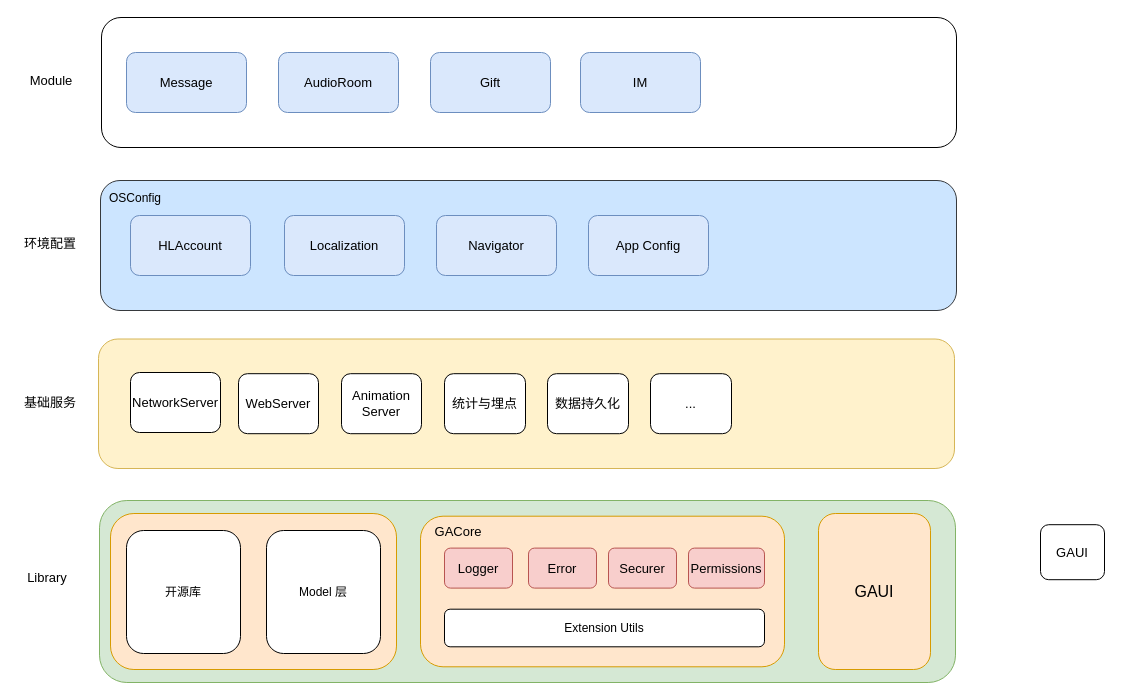
Before: diagrams/Hala3.0.drawio in ygg29/UML, a draw.io diagram. Source tidied: cells renumbered, new cells numbered last; positions are measured from the earlier drawing's top-left corner, leaving out a move shared by most shapes. Both pictures are drawn from the tidied source at 100%, with x=0, y=0 at pixel (17, 17).
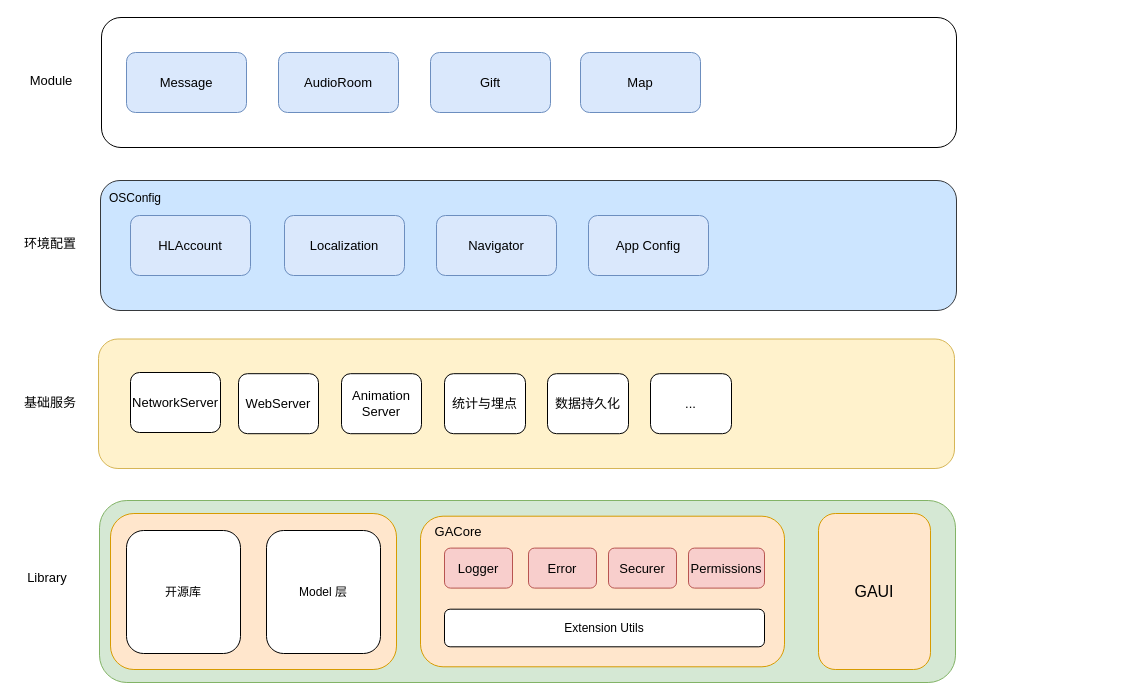
After the change.

The edit, as a diff of the source:
```diff
@@
-    <mxCell id="22" value="IM" style="rounded=1;whiteSpace=wrap;html=1;fontSize=13;strokeColor=#6c8ebf;fillColor=#dae8fc;" parent="1" vertex="1">
+    <mxCell id="22" value="Map" style="rounded=1;whiteSpace=wrap;html=1;fontSize=13;strokeColor=#6c8ebf;fillColor=#dae8fc;" parent="1" vertex="1">
       <mxGeometry x="563" y="35" width="120" height="60" as="geometry" />
     </mxCell>
@@
-    <mxCell id="24" value="GAUI" style="rounded=1;whiteSpace=wrap;html=1;fontSize=13;strokeColor=default;" parent="1" vertex="1">
-      <mxGeometry x="1023" y="507.2" width="64" height="55" as="geometry" />
-    </mxCell>
```
